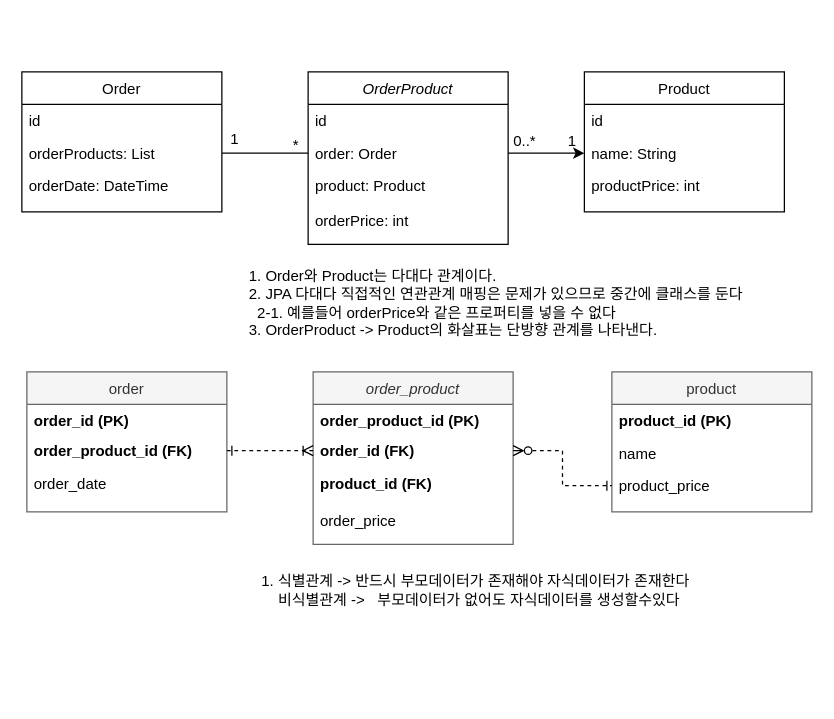
Before: doc/Untitled Diagram.drawio in kyupid/myoop, a draw.io diagram. Source tidied: cells renumbered, new cells numbered last; positions are measured from the earlier drawing's top-left corner, leaving out a move shared by most shapes. Both pictures are drawn from the tidied source at 125%, with x=0, y=0 at pixel (21, 71).
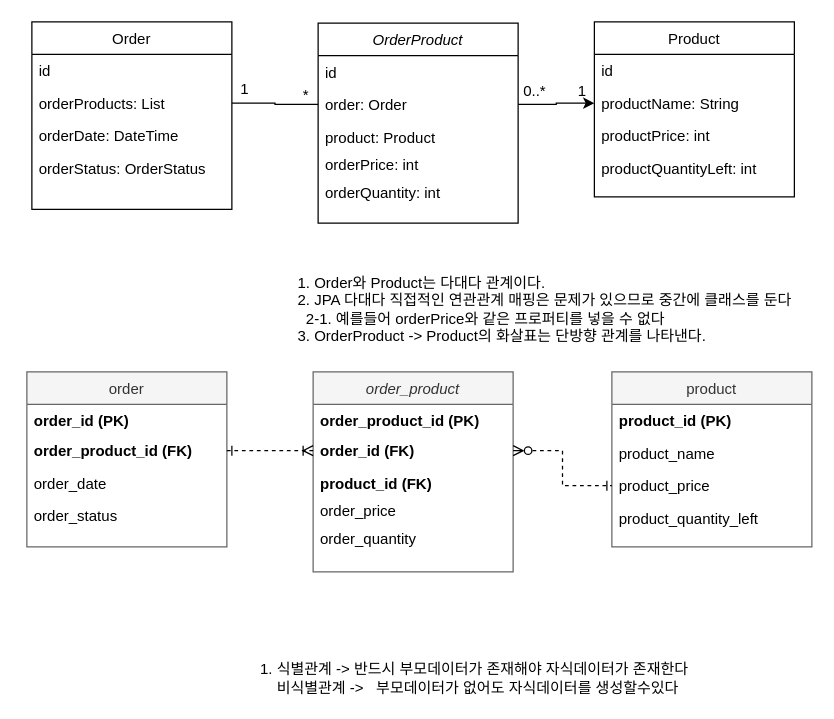
The same diagram, later.

Commit message:
프로퍼티 업데이트

What changed in the source:
```diff
@@
     <mxCell id="2" value="OrderProduct" style="swimlane;fontStyle=2;align=center;verticalAlign=top;horizontal=1;startSize=26;rounded=0;shadow=0;strokeWidth=1;" parent="1" vertex="1">
-      <mxGeometry x="229" width="160" height="138" as="geometry" />
+      <mxGeometry x="237" y="-39" width="160" height="160" as="geometry" />
     </mxCell>
@@
+    <mxCell id="38" value="orderPrice: int" style="text;align=left;verticalAlign=top;spacingLeft=4;spacingRight=4;overflow=hidden;rounded=0;shadow=0;html=0;" parent="2" vertex="1">
+      <mxGeometry y="100" width="160" height="22" as="geometry" />
+    </mxCell>
+    <mxCell id="14" value="orderQuantity: int" style="text;align=left;verticalAlign=top;spacingLeft=4;spacingRight=4;overflow=hidden;rounded=0;shadow=0;html=0;" parent="2" vertex="1">
+      <mxGeometry y="122" width="160" height="22" as="geometry" />
+    </mxCell>
     <mxCell id="6" value="Order" style="swimlane;fontStyle=0;align=center;verticalAlign=top;horizontal=1;startSize=26;rounded=0;shadow=0;strokeWidth=1;" parent="1" vertex="1">
-      <mxGeometry width="160" height="112" as="geometry" />
+      <mxGeometry x="8" y="-40" width="160" height="150" as="geometry" />
     </mxCell>
@@
+    <mxCell id="39" value="orderStatus: OrderStatus " style="text;align=left;verticalAlign=top;spacingLeft=4;spacingRight=4;overflow=hidden;rounded=0;shadow=0;html=0;" parent="6" vertex="1">
+      <mxGeometry y="104" width="160" height="26" as="geometry" />
+    </mxCell>
     <mxCell id="10" value="Product" style="swimlane;fontStyle=0;align=center;verticalAlign=top;horizontal=1;startSize=26;rounded=0;shadow=0;strokeWidth=1;" parent="1" vertex="1">
-      <mxGeometry x="450" width="160" height="112" as="geometry" />
+      <mxGeometry x="458" y="-40" width="160" height="140" as="geometry" />
     </mxCell>
@@
-    <mxCell id="12" value="name: String" style="text;align=left;verticalAlign=top;spacingLeft=4;spacingRight=4;overflow=hidden;points=[[0,0.5],[1,0.5]];portConstraint=eastwest;rounded=0;shadow=0;html=0;" parent="10" vertex="1">
+    <mxCell id="12" value="productName: String" style="text;align=left;verticalAlign=top;spacingLeft=4;spacingRight=4;overflow=hidden;points=[[0,0.5],[1,0.5]];portConstraint=eastwest;rounded=0;shadow=0;html=0;" parent="10" vertex="1">
       <mxGeometry y="52" width="160" height="26" as="geometry" />
     </mxCell>
@@
-    <mxCell id="14" value="orderPrice: int" style="text;align=left;verticalAlign=top;spacingLeft=4;spacingRight=4;overflow=hidden;rounded=0;shadow=0;html=0;" parent="1" vertex="1">
-      <mxGeometry x="229" y="106" width="157" height="22" as="geometry" />
-    </mxCell>
+    <mxCell id="40" value="productQuantityLeft: int" style="text;align=left;verticalAlign=top;spacingLeft=4;spacingRight=4;overflow=hidden;rounded=0;shadow=0;html=0;" parent="10" vertex="1">
+      <mxGeometry y="104" width="160" height="26" as="geometry" />
+    </mxCell>
@@
     <mxCell id="17" value="*" style="text;html=1;align=center;verticalAlign=middle;strokeColor=none;fillColor=none;" parent="1" vertex="1">
-      <mxGeometry x="209" y="49" width="20" height="20" as="geometry" />
+      <mxGeometry x="217" y="9" width="20" height="20" as="geometry" />
     </mxCell>
     <mxCell id="18" value="1" style="text;html=1;align=center;verticalAlign=middle;strokeColor=none;fillColor=none;" parent="1" vertex="1">
-      <mxGeometry x="160" y="44" width="20" height="20" as="geometry" />
+      <mxGeometry x="168" y="4" width="20" height="20" as="geometry" />
     </mxCell>
     <mxCell id="19" value="0..*" style="text;html=1;align=center;verticalAlign=middle;strokeColor=none;fillColor=none;" parent="1" vertex="1">
-      <mxGeometry x="387" y="46" width="30" height="20" as="geometry" />
+      <mxGeometry x="395" y="6" width="30" height="20" as="geometry" />
     </mxCell>
     <mxCell id="20" value="1" style="text;html=1;align=center;verticalAlign=middle;strokeColor=none;fillColor=none;" parent="1" vertex="1">
-      <mxGeometry x="430" y="46" width="20" height="20" as="geometry" />
+      <mxGeometry x="438" y="6" width="20" height="20" as="geometry" />
     </mxCell>
     <mxCell id="21" value="1. Order와 Product는 다대다 관계이다.&lt;br&gt;&lt;div&gt;&lt;span&gt;2. JPA 다대다 직접적인 연관관계 매핑은 문제가 있으므로 중간에 클래스를 둔다&lt;/span&gt;&lt;/div&gt;&lt;div&gt;&lt;span&gt;&amp;nbsp; 2-1. 예를들어 orderPrice와 같은 프로퍼티를 넣을 수 없다&lt;/span&gt;&lt;/div&gt;&lt;div&gt;&lt;span&gt;3. OrderProduct -&amp;gt; Product의 화살표는 단방향 관계를 나타낸다.&lt;/span&gt;&lt;/div&gt;" style="text;html=1;align=left;verticalAlign=middle;strokeColor=none;fillColor=none;" parent="1" vertex="1">
-      <mxGeometry x="180" y="155" width="390" height="60" as="geometry" />
+      <mxGeometry x="219" y="160" width="390" height="60" as="geometry" />
     </mxCell>
     <mxCell id="22" value="order_product" style="swimlane;fontStyle=2;align=center;verticalAlign=top;horizontal=1;startSize=26;rounded=0;shadow=0;strokeWidth=1;fillColor=#f5f5f5;fontColor=#333333;strokeColor=#666666;" parent="1" vertex="1">
-      <mxGeometry x="233" y="240" width="160" height="138" as="geometry" />
+      <mxGeometry x="233" y="240" width="160" height="160" as="geometry" />
     </mxCell>
@@
+    <mxCell id="34" value="order_price" style="text;align=left;verticalAlign=top;spacingLeft=4;spacingRight=4;overflow=hidden;rounded=0;shadow=0;html=0;" parent="22" vertex="1">
+      <mxGeometry y="98" width="160" height="22" as="geometry" />
+    </mxCell>
+    <mxCell id="41" value="order_quantity" style="text;align=left;verticalAlign=top;spacingLeft=4;spacingRight=4;overflow=hidden;rounded=0;shadow=0;html=0;" parent="22" vertex="1">
+      <mxGeometry y="120" width="160" height="22" as="geometry" />
+    </mxCell>
     <mxCell id="26" value="order" style="swimlane;fontStyle=0;align=center;verticalAlign=top;horizontal=1;startSize=26;rounded=0;shadow=0;strokeWidth=1;fillColor=#f5f5f5;fontColor=#333333;strokeColor=#666666;" parent="1" vertex="1">
-      <mxGeometry x="4" y="240" width="160" height="112" as="geometry" />
+      <mxGeometry x="4" y="240" width="160" height="140" as="geometry" />
     </mxCell>
@@
+    <mxCell id="42" value="order_status" style="text;align=left;verticalAlign=top;spacingLeft=4;spacingRight=4;overflow=hidden;rounded=0;shadow=0;html=0;" parent="26" vertex="1">
+      <mxGeometry y="102" width="160" height="26" as="geometry" />
+    </mxCell>
     <mxCell id="30" value="product" style="swimlane;fontStyle=0;align=center;verticalAlign=top;horizontal=1;startSize=26;rounded=0;shadow=0;strokeWidth=1;fillColor=#f5f5f5;fontColor=#333333;strokeColor=#666666;" parent="1" vertex="1">
-      <mxGeometry x="472" y="240" width="160" height="112" as="geometry" />
+      <mxGeometry x="472" y="240" width="160" height="140" as="geometry" />
     </mxCell>
@@
-    <mxCell id="32" value="name" style="text;align=left;verticalAlign=top;spacingLeft=4;spacingRight=4;overflow=hidden;rounded=0;shadow=0;html=0;" parent="30" vertex="1">
+    <mxCell id="32" value="product_name" style="text;align=left;verticalAlign=top;spacingLeft=4;spacingRight=4;overflow=hidden;rounded=0;shadow=0;html=0;" parent="30" vertex="1">
       <mxGeometry y="52" width="160" height="26" as="geometry" />
     </mxCell>
@@
-    <mxCell id="34" value="order_price" style="text;align=left;verticalAlign=top;spacingLeft=4;spacingRight=4;overflow=hidden;rounded=0;shadow=0;html=0;" parent="1" vertex="1">
-      <mxGeometry x="233" y="346" width="157" height="22" as="geometry" />
-    </mxCell>
+    <mxCell id="43" value="product_quantity_left" style="text;align=left;verticalAlign=top;spacingLeft=4;spacingRight=4;overflow=hidden;rounded=0;shadow=0;html=0;" parent="30" vertex="1">
+      <mxGeometry y="104" width="160" height="26" as="geometry" />
+    </mxCell>
@@
     <mxCell id="36" value="1. 식별관계 -&amp;gt; 반드시 부모데이터가 존재해야 자식데이터가 존재한다&lt;br&gt;&amp;nbsp; &amp;nbsp; 비식별관계 -&amp;gt;&amp;nbsp; &amp;nbsp;부모데이터가 없어도 자식데이터를 생성할수있다" style="text;html=1;align=left;verticalAlign=middle;strokeColor=none;fillColor=none;" parent="1" vertex="1">
-      <mxGeometry x="190" y="400" width="340" height="30" as="geometry" />
+      <mxGeometry x="189" y="470" width="340" height="30" as="geometry" />
     </mxCell>
```
